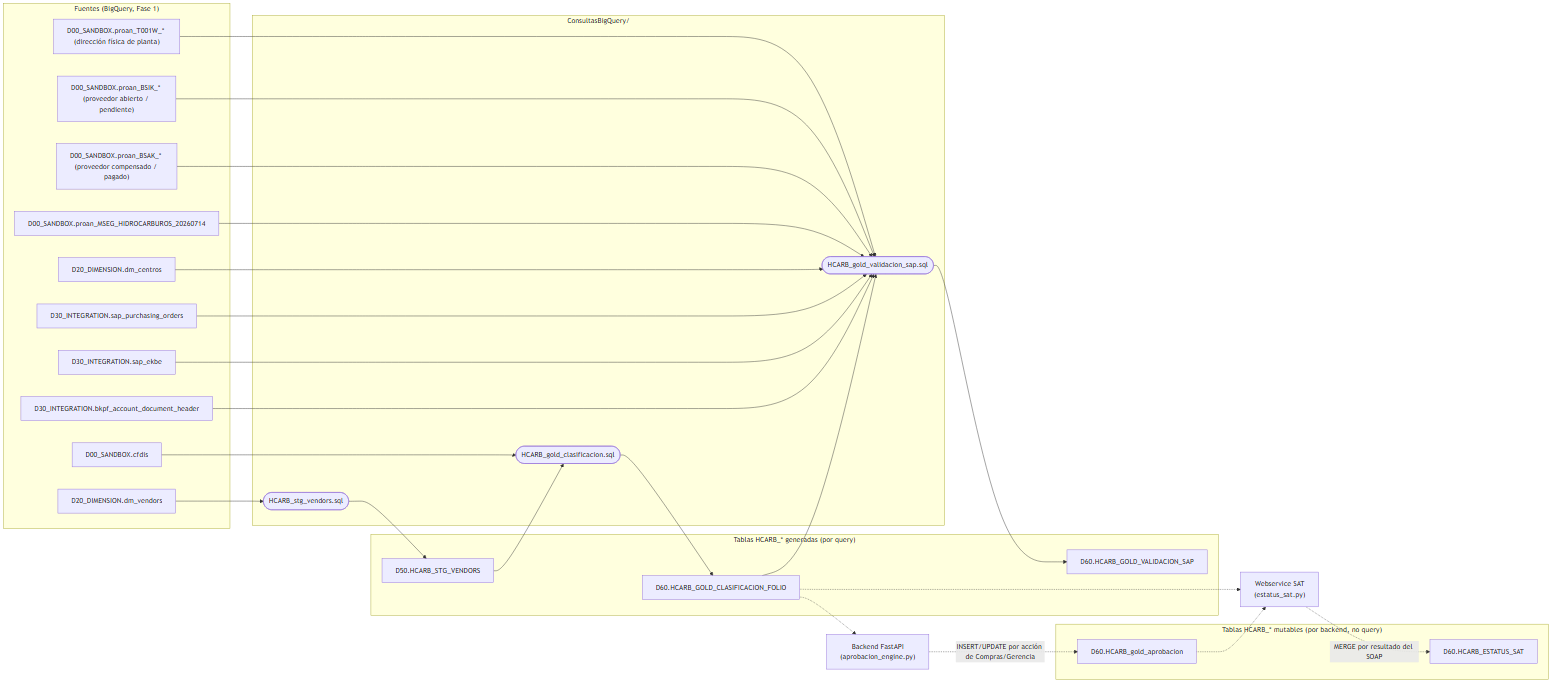
Earlier version of the Mermaid export ConsultasBigQuery/linaje-tablas.png (quantrueSL/proan-hidrocarburos). Its source is kept beside it as ConsultasBigQuery/linaje-tablas.mmd.
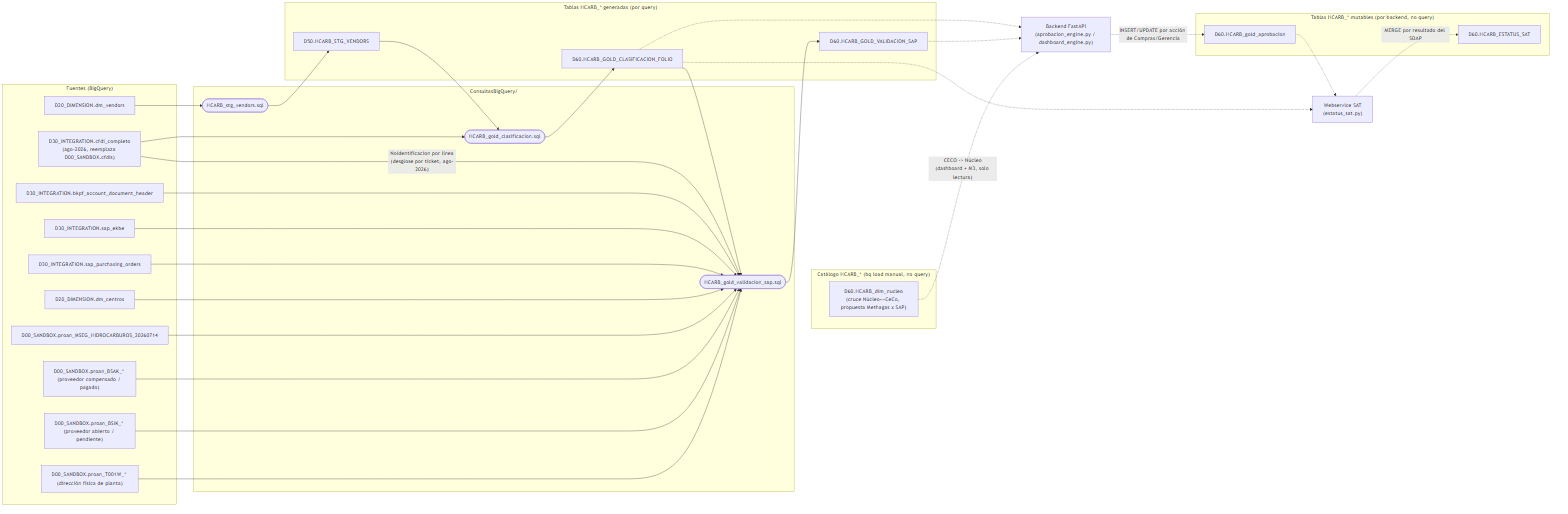
The same diagram one commit later.

Commit message:
Actualizar diagrama de linaje de tablas: cfdi_completo y HCARB_dim_nucleo

El diagrama seguia mostrando D00_SANDBOX.cfdis como fuente de M1 y no
reflejaba que HCARB_gold_validacion_sap.sql tambien lee cfdi_completo
directamente (NoIdentificacion, desglose por ticket). Se anade ademas
HCARB_dim_nucleo, ausente del diagrama.

Diff of the diagram source:
```diff
@@ -1,7 +1,7 @@
 flowchart LR
-    subgraph Fuentes["Fuentes (BigQuery, Fase 1)"]
+    subgraph Fuentes["Fuentes (BigQuery)"]
         dm_vendors["D20_DIMENSION.dm_vendors"]
-        cfdis["D00_SANDBOX.cfdis"]
+        cfdi_completo["D30_INTEGRATION.cfdi_completo<br/>(ago-2026, reemplaza D00_SANDBOX.cfdis)"]
         bkpf["D30_INTEGRATION.bkpf_account_document_header"]
         ekbe["D30_INTEGRATION.sap_ekbe"]
         po["D30_INTEGRATION.sap_purchasing_orders"]
@@ -29,17 +29,22 @@
         estatus_sat["D60.HCARB_ESTATUS_SAT"]
     end
 
-    backend["Backend FastAPI<br/>(aprobacion_engine.py)"]
+    subgraph Catalogos["Catálogo HCARB_* (bq load manual, no query)"]
+        nucleo["D60.HCARB_dim_nucleo<br/>(cruce Núcleo↔CeCo, propuesta Methagas x SAP)"]
+    end
+
+    backend["Backend FastAPI<br/>(aprobacion_engine.py / dashboard_engine.py)"]
     webservice["Webservice SAT<br/>(estatus_sat.py)"]
 
     dm_vendors --> q1
     q1 --> stg_vendors
 
-    cfdis --> q2
+    cfdi_completo --> q2
     stg_vendors --> q2
     q2 --> gold_folio
 
     gold_folio --> q3
+    cfdi_completo -->|"NoIdentificacion por línea<br/>(desglose por ticket, ago-2026)"| q3
     bkpf --> q3
     ekbe --> q3
     po --> q3
@@ -51,6 +56,8 @@
     q3 --> gold_sap
 
     gold_folio -.-> backend
+    gold_sap -.-> backend
+    nucleo -.->|"CECO -> Núcleo<br/>(dashboard + M3, solo lectura)"| backend
     backend -.->|INSERT/UPDATE por acción de Compras/Gerencia| gold_aprob
 
     gold_folio -.-> webservice
```
